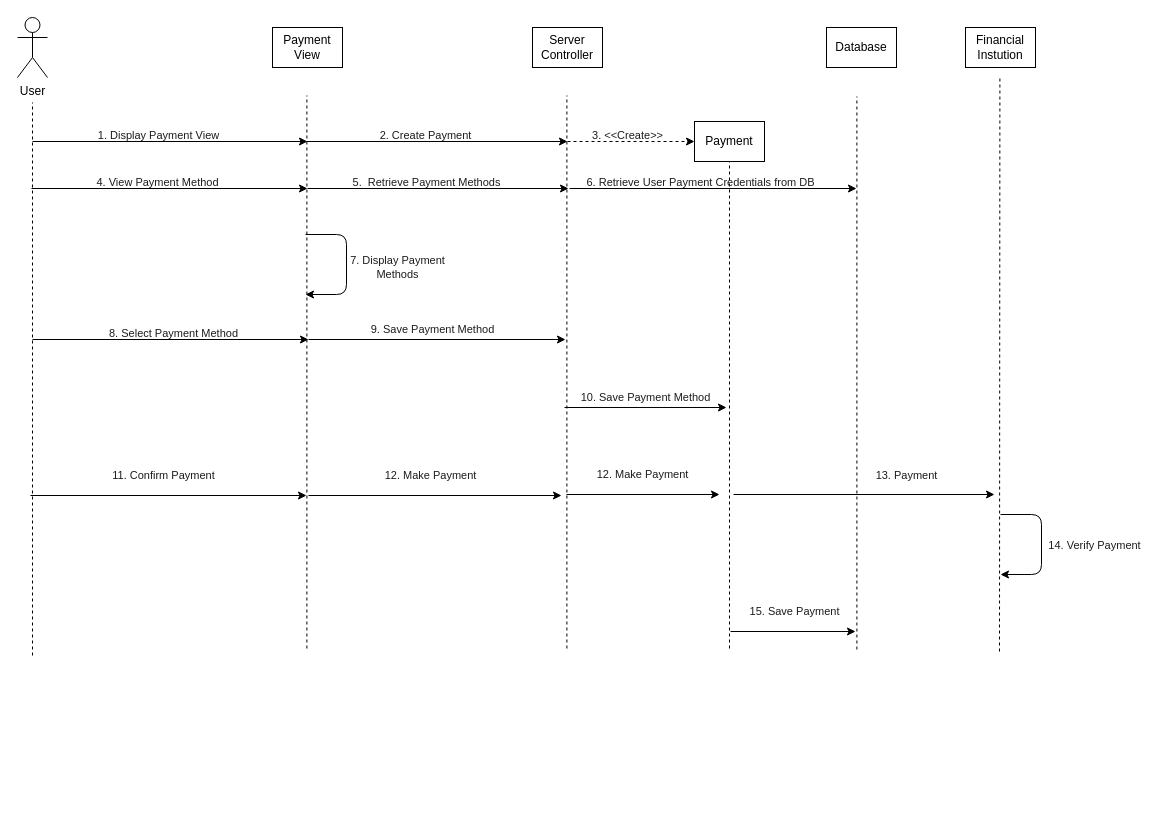
The draw.io diagram Dessign Documents/Diagrams/interaction_diagram_payment.drawio in folkg/movie-ticket-reservation-app, before the edit. Source tidied: cells renumbered, new cells numbered last; positions are measured from the earlier drawing's top-left corner, leaving out a move shared by most shapes. Both pictures are drawn from the tidied source at 100%, with x=0, y=0 at pixel (17, 17).
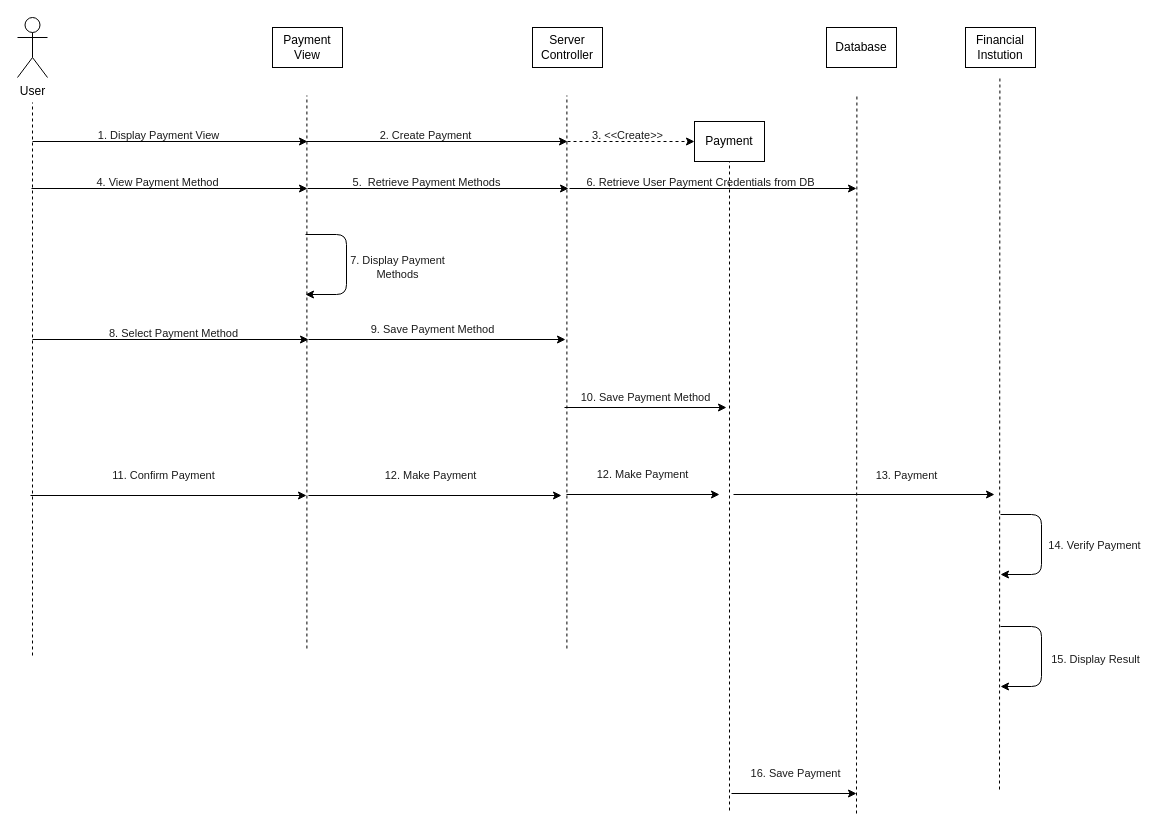
The same page after the edit.

Commit message:
small changes to payment interaction diagram

Unchanged cells that the change refers to:
```xml
<mxCell id="16" value="Payment" style="rounded=0;whiteSpace=wrap;html=1;fontColor=#000000;strokeColor=#000000;fillColor=#FFFFFF;" parent="1" vertex="1">
  <mxGeometry x="677" y="104" width="70" height="40" as="geometry" />
</mxCell>
```

The edit, as a diff of the source:
```diff
@@
     <mxCell id="9" style="endArrow=none;dashed=1;html=1;strokeColor=#000000;" parent="1" edge="1">
       <mxGeometry relative="1" as="geometry">
-        <mxPoint x="839.4" y="632" as="sourcePoint" />
+        <mxPoint x="839" y="796" as="sourcePoint" />
         <mxPoint x="839.4" y="79" as="targetPoint" />
       </mxGeometry>
     </mxCell>
@@
     <mxCell id="17" style="endArrow=none;dashed=1;html=1;strokeColor=#000000;entryX=0.5;entryY=1;entryDx=0;entryDy=0;" parent="1" edge="1" target="16">
       <mxGeometry relative="1" as="geometry">
-        <mxPoint x="712" y="631" as="sourcePoint" />
+        <mxPoint x="712" y="793" as="sourcePoint" />
       </mxGeometry>
     </mxCell>
@@
     <mxCell id="33" style="endArrow=none;dashed=1;html=1;strokeColor=#000000;" parent="1" edge="1">
       <mxGeometry relative="1" as="geometry">
-        <mxPoint x="982" y="634" as="sourcePoint" />
+        <mxPoint x="982" y="772" as="sourcePoint" />
         <mxPoint x="982.4" y="60" as="targetPoint" />
       </mxGeometry>
     </mxCell>
@@
     <mxCell id="42" style="endArrow=classic;html=1;strokeColor=#000000;" parent="1" edge="1">
       <mxGeometry relative="1" as="geometry">
-        <mxPoint x="713" y="614" as="sourcePoint" />
-        <mxPoint x="838" y="614" as="targetPoint" />
+        <mxPoint x="714" y="776" as="sourcePoint" />
+        <mxPoint x="839" y="776" as="targetPoint" />
       </mxGeometry>
     </mxCell>
-    <mxCell id="43" value="15. Save Payment" style="edgeLabel;html=1;align=center;verticalAlign=middle;labelBackgroundColor=none;fontColor=#1C1C1C;" parent="42" vertex="1">
+    <mxCell id="43" value="16. Save Payment" style="edgeLabel;html=1;align=center;verticalAlign=middle;labelBackgroundColor=none;fontColor=#1C1C1C;" parent="42" vertex="1">
       <mxGeometry x="-0.08" y="-2" relative="1" as="geometry">
         <mxPoint x="5" y="-23" as="offset" />
       </mxGeometry>
     </mxCell>
@@
+    <mxCell id="46" style="endArrow=classic;html=1;fontColor=#1C1C1C;strokeColor=#000000;" parent="1" edge="1">
+      <mxGeometry relative="1" as="geometry">
+        <mxPoint x="983" y="609" as="sourcePoint" />
+        <mxPoint x="983" y="669" as="targetPoint" />
+        <Array as="points">
+          <mxPoint x="1024" y="609" />
+          <mxPoint x="1024" y="669" />
+        </Array>
+      </mxGeometry>
+    </mxCell>
+    <mxCell id="47" value="15. Display Result" style="edgeLabel;html=1;align=center;verticalAlign=middle;labelBackgroundColor=none;fontColor=#1C1C1C;" parent="1" vertex="1">
+      <mxGeometry x="1081" y="557" as="geometry">
+        <mxPoint x="-4" y="84" as="offset" />
+      </mxGeometry>
+    </mxCell>
```
